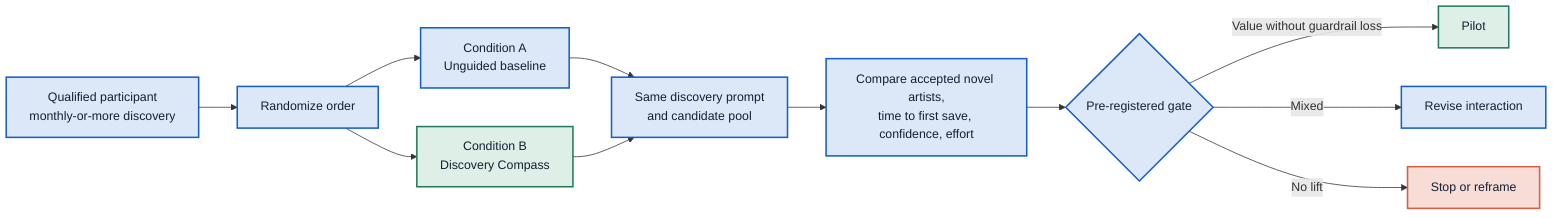
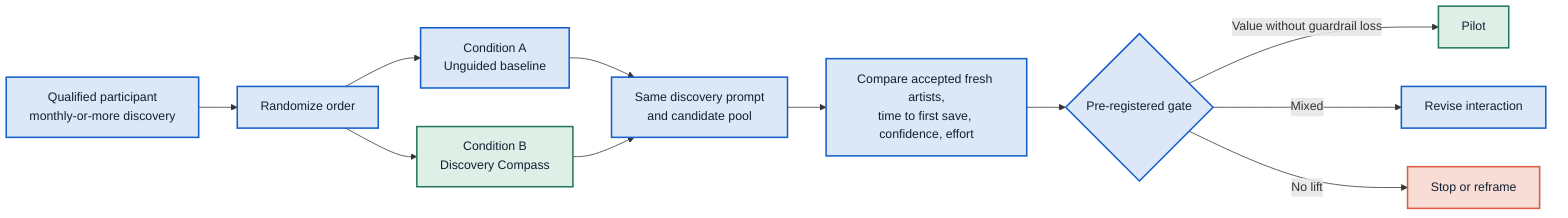
flowchart LR
    A["Qualified participant\nmonthly-or-more discovery"] --> B["Randomize order"]
    B --> C1["Condition A\nUnguided baseline"]
    B --> C2["Condition B\nDiscovery Compass"]
    C1 --> D["Same discovery prompt\nand candidate pool"]
    C2 --> D
-     D --> E["Compare accepted novel artists,\ntime to first save, confidence, effort"]
+     D --> E["Compare accepted fresh artists,\ntime to first save, confidence, effort"]
    E --> F{"Pre-registered gate"}
    F -->|Value without guardrail loss| G["Pilot"]
    F -->|Mixed| H["Revise interaction"]
    F -->|No lift| I["Stop or reframe"]

    classDef base fill:#DCE8F8,stroke:#145FCC,color:#142033,stroke-width:2px;
    classDef chosen fill:#DDEFE6,stroke:#247A5A,color:#142033,stroke-width:2px;
    classDef stop fill:#F8DDD6,stroke:#D95D43,color:#142033,stroke-width:2px;
    class A,B,C1,D,E,F,H base;
    class C2,G chosen;
    class I stop;
